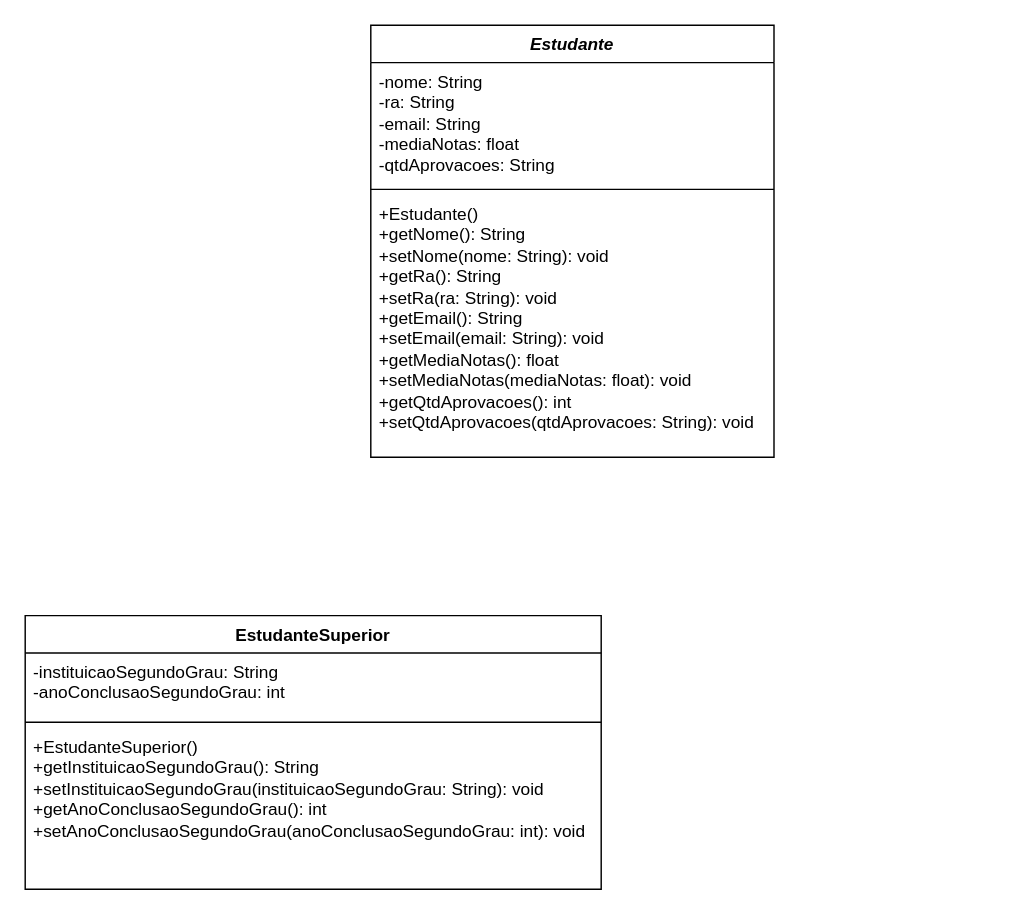
Earlier version of the draw.io diagram Aula4(Abstr_Interface)/Exercicio2_InstituicaoEducacional/Exercicio2_InstituicaoEducacional.drawio (Pedrh/POO). Source tidied: cells renumbered, new cells numbered last; positions are measured from the earlier drawing's top-left corner, leaving out a move shared by most shapes. Both pictures are drawn from the tidied source at 144%, with x=0, y=0 at pixel (24, 24).
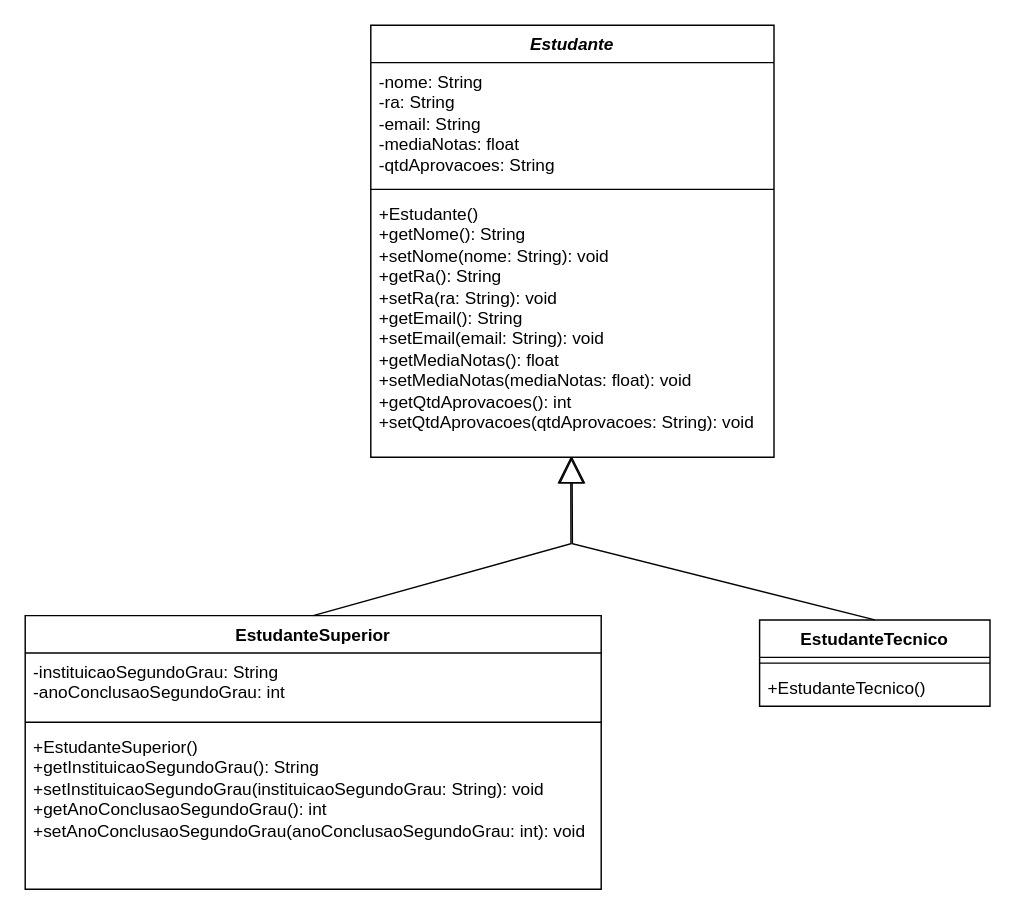
The same page after the edit.

What changed in the source:
```diff
@@
 <mxGraphModel>
   <root>
     <mxCell id="0" />
     <mxCell id="1" parent="0" />
     <mxCell id="2" value="&lt;i&gt;Estudante&lt;/i&gt;" style="swimlane;fontStyle=1;align=center;verticalAlign=top;horizontal=1;startSize=26;whiteSpace=wrap;html=1;" parent="1" vertex="1">
       <mxGeometry x="240" width="280" height="300" as="geometry" />
     </mxCell>
     <mxCell id="3" value="-nome: String&lt;div&gt;-ra: String&lt;/div&gt;&lt;div&gt;-email: String&lt;/div&gt;&lt;div&gt;-mediaNotas: float&lt;/div&gt;&lt;div&gt;-qtdAprovacoes: String&lt;/div&gt;" style="text;strokeColor=none;fillColor=none;align=left;verticalAlign=top;spacingLeft=4;spacingRight=4;overflow=hidden;whiteSpace=wrap;html=1;" parent="2" vertex="1">
       <mxGeometry y="26" width="280" height="84" as="geometry" />
     </mxCell>
     <mxCell id="4" style="line;strokeWidth=1;fillColor=none;align=left;verticalAlign=middle;spacingTop=-1;spacingLeft=3;spacingRight=3;labelPosition=right;strokeColor=inherit;" parent="2" vertex="1">
       <mxGeometry y="110" width="280" height="8" as="geometry" />
     </mxCell>
     <mxCell id="5" value="+Estudante()&lt;div&gt;+getNome(): String&lt;/div&gt;&lt;div&gt;+setNome(nome: String): void&lt;/div&gt;&lt;div&gt;+getRa(): String&lt;/div&gt;&lt;div&gt;+setRa(ra: String): void&lt;/div&gt;&lt;div&gt;+getEmail(): String&lt;/div&gt;&lt;div&gt;+setEmail(email: String): void&lt;br&gt;+getMediaNotas(): float&lt;/div&gt;&lt;div&gt;+setMediaNotas(mediaNotas: float): void&lt;/div&gt;&lt;div&gt;+getQtdAprovacoes(): int&lt;/div&gt;&lt;div&gt;+setQtdAprovacoes(qtdAprovacoes: String): void&lt;/div&gt;" style="text;strokeColor=none;fillColor=none;align=left;verticalAlign=top;spacingLeft=4;spacingRight=4;overflow=hidden;points=[[0,0.5],[1,0.5]];portConstraint=eastwest;whiteSpace=wrap;html=1;" parent="2" vertex="1">
       <mxGeometry y="118" width="280" height="182" as="geometry" />
     </mxCell>
     <mxCell id="6" value="EstudanteSuperior" style="swimlane;fontStyle=1;align=center;verticalAlign=top;horizontal=1;startSize=26;whiteSpace=wrap;html=1;" parent="1" vertex="1">
       <mxGeometry y="410" width="400" height="190" as="geometry" />
     </mxCell>
     <mxCell id="7" value="-instituicaoSegundoGrau: String&lt;div&gt;-anoConclusaoSegundoGrau: int&lt;/div&gt;" style="text;strokeColor=none;fillColor=none;align=left;verticalAlign=top;spacingLeft=4;spacingRight=4;overflow=hidden;whiteSpace=wrap;html=1;" parent="6" vertex="1">
       <mxGeometry y="26" width="400" height="44" as="geometry" />
     </mxCell>
     <mxCell id="8" style="line;strokeWidth=1;fillColor=none;align=left;verticalAlign=middle;spacingTop=-1;spacingLeft=3;spacingRight=3;labelPosition=right;strokeColor=inherit;" parent="6" vertex="1">
       <mxGeometry y="70" width="400" height="8" as="geometry" />
     </mxCell>
     <mxCell id="9" value="+EstudanteSuperior()&lt;div&gt;+getInstituicaoSegundoGrau(): String&lt;/div&gt;&lt;div&gt;+setInstituicaoSegundoGrau(instituicaoSegundoGrau: String): void&lt;/div&gt;&lt;div&gt;+getAnoConclusaoSegundoGrau(): int&lt;/div&gt;&lt;div&gt;+setAnoConclusaoSegundoGrau(anoConclusaoSegundoGrau: int): void&lt;br&gt;&lt;/div&gt;" style="text;strokeColor=none;fillColor=none;align=left;verticalAlign=top;spacingLeft=4;spacingRight=4;overflow=hidden;whiteSpace=wrap;html=1;" parent="6" vertex="1">
       <mxGeometry y="78" width="400" height="112" as="geometry" />
     </mxCell>
+    <mxCell id="10" value="EstudanteTecnico" style="swimlane;fontStyle=1;align=center;verticalAlign=top;horizontal=1;startSize=26;whiteSpace=wrap;html=1;" parent="1" vertex="1">
+      <mxGeometry x="510" y="413" width="160" height="60" as="geometry" />
+    </mxCell>
+    <mxCell id="11" style="line;strokeWidth=1;fillColor=none;align=left;verticalAlign=middle;spacingTop=-1;spacingLeft=3;spacingRight=3;labelPosition=right;strokeColor=inherit;" parent="10" vertex="1">
+      <mxGeometry y="26" width="160" height="8" as="geometry" />
+    </mxCell>
+    <mxCell id="12" value="+EstudanteTecnico()" style="text;strokeColor=none;fillColor=none;align=left;verticalAlign=top;spacingLeft=4;spacingRight=4;overflow=hidden;whiteSpace=wrap;html=1;" parent="10" vertex="1">
+      <mxGeometry y="34" width="160" height="26" as="geometry" />
+    </mxCell>
+    <mxCell id="13" style="endArrow=block;endSize=16;endFill=0;html=1;rounded=0;exitX=0.5;exitY=0;exitDx=0;exitDy=0;entryX=0.496;entryY=0.998;entryDx=0;entryDy=0;entryPerimeter=0;" parent="1" edge="1" source="6" target="5">
+      <mxGeometry relative="1" as="geometry">
+        <Array as="points">
+          <mxPoint x="379" y="360" />
+        </Array>
+      </mxGeometry>
+    </mxCell>
+    <mxCell id="14" style="endArrow=block;endSize=16;endFill=0;html=1;rounded=0;exitX=0.5;exitY=0;exitDx=0;exitDy=0;entryX=0.499;entryY=0.998;entryDx=0;entryDy=0;entryPerimeter=0;" parent="1" edge="1" source="10" target="5">
+      <mxGeometry relative="1" as="geometry">
+        <Array as="points">
+          <mxPoint x="380" y="360" />
+        </Array>
+      </mxGeometry>
+    </mxCell>
   </root>
 </mxGraphModel>
```
